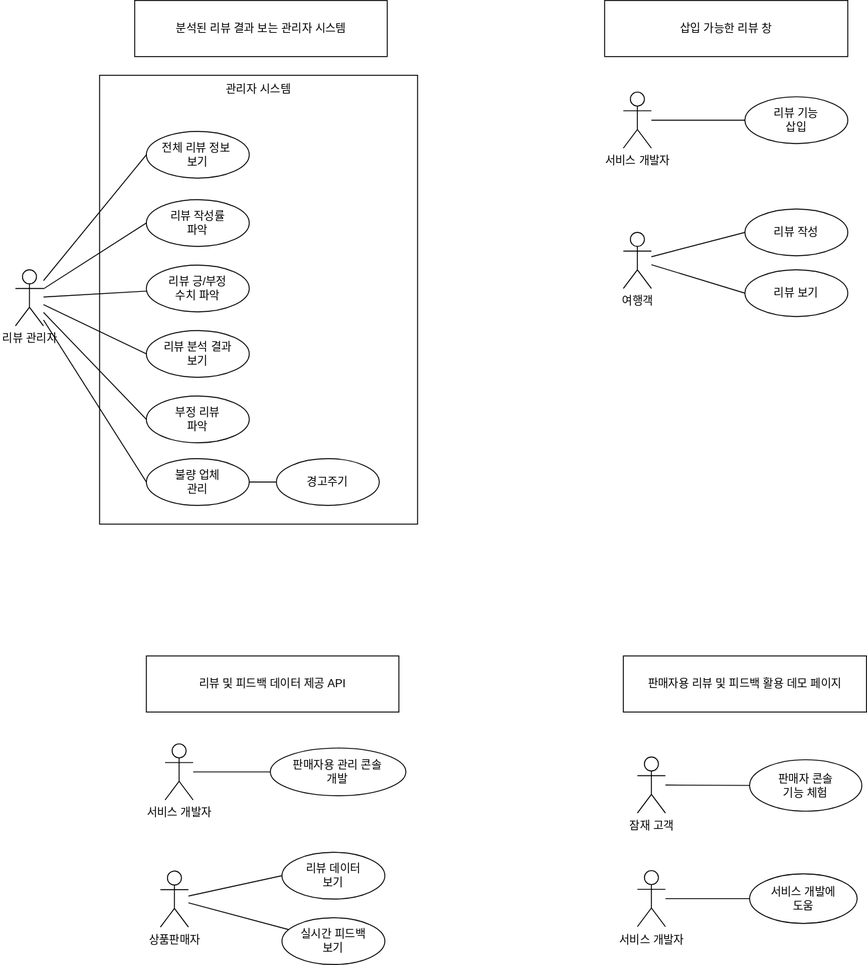
Before: usecase/reviewMate.drawio.svg, a diagram exported from draw.io (hyeonjin25/draw-io). Source tidied: cells renumbered, new cells last; positions are measured from the earlier drawing's top-left corner, leaving out a move shared by most shapes.
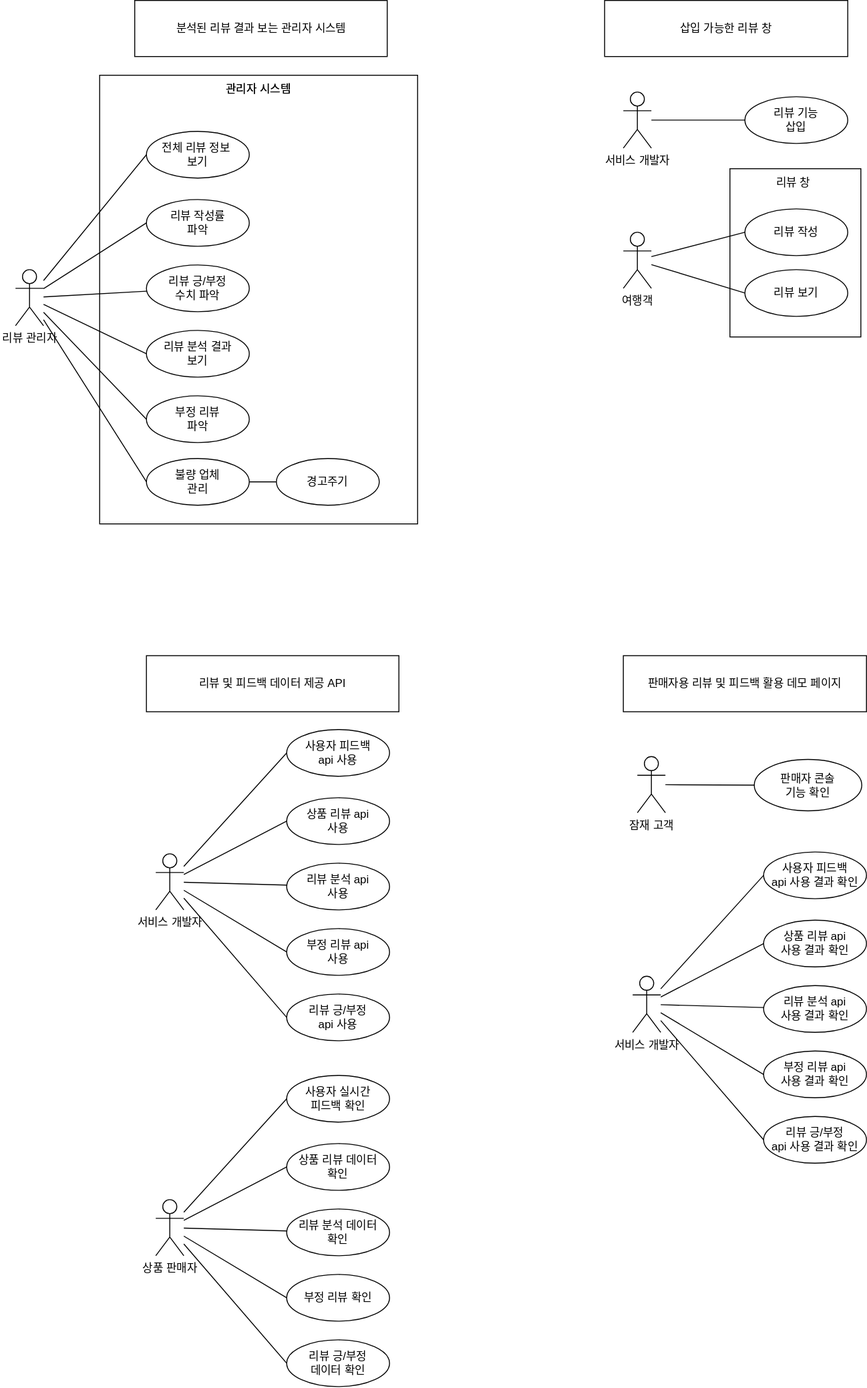
After the change.

Commit message:
판매자 api 및 데모 페이지 업데이트

The edit, as a diff of the source:
```diff
@@ -2,6 +2,9 @@
   <root>
     <mxCell id="0" />
     <mxCell id="1" parent="0" />
+    <mxCell id="45" style="rounded=0;whiteSpace=wrap;html=1;" parent="1" vertex="1">
+      <mxGeometry x="764" y="180" width="140" height="180" as="geometry" />
+    </mxCell>
     <mxCell id="2" style="rounded=0;whiteSpace=wrap;html=1;" parent="1" vertex="1">
       <mxGeometry x="90" y="80" width="340" height="480" as="geometry" />
     </mxCell>
@@ -35,21 +38,6 @@
     <mxCell id="12" value="분석된 리뷰 결과 보는 관리자 시스템" style="rounded=0;whiteSpace=wrap;html=1;" parent="1" vertex="1">
       <mxGeometry x="127.5" width="270" height="60" as="geometry" />
     </mxCell>
-    <mxCell id="13" value="상품판매자" style="shape=umlActor;verticalLabelPosition=bottom;verticalAlign=top;html=1;outlineConnect=0;" parent="1" vertex="1">
-      <mxGeometry x="155" y="931" width="30" height="60" as="geometry" />
-    </mxCell>
-    <mxCell id="14" value="리뷰 데이터&lt;br&gt;보기" style="ellipse;whiteSpace=wrap;html=1;" parent="1" vertex="1">
-      <mxGeometry x="285" y="911" width="110" height="50" as="geometry" />
-    </mxCell>
-    <mxCell id="15" value="실시간 피드백&lt;br&gt;보기" style="ellipse;whiteSpace=wrap;html=1;" parent="1" vertex="1">
-      <mxGeometry x="285" y="981" width="110" height="50" as="geometry" />
-    </mxCell>
-    <mxCell id="16" style="endArrow=none;html=1;rounded=0;entryX=0;entryY=0.5;entryDx=0;entryDy=0;" parent="1" edge="1" source="13" target="14">
-      <mxGeometry relative="1" as="geometry" />
-    </mxCell>
-    <mxCell id="17" style="endArrow=none;html=1;rounded=0;" parent="1" edge="1" source="13" target="15">
-      <mxGeometry relative="1" as="geometry" />
-    </mxCell>
     <mxCell id="18" value="리뷰 및 피드백 데이터 제공 API" style="rounded=0;whiteSpace=wrap;html=1;" parent="1" vertex="1">
       <mxGeometry x="140" y="701" width="270" height="60" as="geometry" />
     </mxCell>
@@ -83,8 +71,8 @@
     <mxCell id="28" value="잠재 고객" style="shape=umlActor;verticalLabelPosition=bottom;verticalAlign=top;html=1;outlineConnect=0;" parent="1" vertex="1">
       <mxGeometry x="665" y="809" width="30" height="60" as="geometry" />
     </mxCell>
-    <mxCell id="29" value="판매자 콘솔&lt;br&gt;기능 체험" style="ellipse;whiteSpace=wrap;html=1;" parent="1" vertex="1">
-      <mxGeometry x="785" y="812" width="120" height="55" as="geometry" />
+    <mxCell id="29" value="판매자 콘솔&lt;br&gt;기능 확인" style="ellipse;whiteSpace=wrap;html=1;" parent="1" vertex="1">
+      <mxGeometry x="790" y="812" width="115" height="55" as="geometry" />
     </mxCell>
     <mxCell id="30" style="endArrow=none;html=1;rounded=0;entryX=0;entryY=0.5;entryDx=0;entryDy=0;" parent="1" edge="1" source="28" target="29">
       <mxGeometry relative="1" as="geometry" />
@@ -92,24 +80,6 @@
     <mxCell id="31" value="판매자용 리뷰 및 피드백 활용 데모 페이지" style="rounded=0;whiteSpace=wrap;html=1;" parent="1" vertex="1">
       <mxGeometry x="650" y="701" width="260" height="60" as="geometry" />
     </mxCell>
-    <mxCell id="32" value="서비스 개발자" style="shape=umlActor;verticalLabelPosition=bottom;verticalAlign=top;html=1;outlineConnect=0;" parent="1" vertex="1">
-      <mxGeometry x="665" y="930.5" width="30" height="60" as="geometry" />
-    </mxCell>
-    <mxCell id="33" value="서비스 개발에&lt;br&gt;도움" style="ellipse;whiteSpace=wrap;html=1;" parent="1" vertex="1">
-      <mxGeometry x="785" y="934" width="115" height="53" as="geometry" />
-    </mxCell>
-    <mxCell id="34" style="endArrow=none;html=1;rounded=0;entryX=0;entryY=0.5;entryDx=0;entryDy=0;" parent="1" edge="1" source="32" target="33">
-      <mxGeometry relative="1" as="geometry" />
-    </mxCell>
-    <mxCell id="35" value="서비스 개발자" style="shape=umlActor;verticalLabelPosition=bottom;verticalAlign=top;html=1;outlineConnect=0;" parent="1" vertex="1">
-      <mxGeometry x="160" y="795" width="30" height="60" as="geometry" />
-    </mxCell>
-    <mxCell id="36" value="판매자용 관리 콘솔&lt;br&gt;개발" style="ellipse;whiteSpace=wrap;html=1;" parent="1" vertex="1">
-      <mxGeometry x="272.5" y="799.5" width="145" height="51" as="geometry" />
-    </mxCell>
-    <mxCell id="37" style="endArrow=none;html=1;rounded=0;entryX=0;entryY=0.5;entryDx=0;entryDy=0;" parent="1" edge="1" source="35" target="36">
-      <mxGeometry relative="1" as="geometry" />
-    </mxCell>
     <mxCell id="38" value="관리자 시스템" style="text;html=1;strokeColor=none;fillColor=none;align=center;verticalAlign=middle;whiteSpace=wrap;rounded=0;" parent="1" vertex="1">
       <mxGeometry x="205" y="80" width="110" height="30" as="geometry" />
     </mxCell>
@@ -131,5 +101,110 @@
     <mxCell id="44" style="endArrow=none;html=1;rounded=0;" parent="1" edge="1" source="39" target="43">
       <mxGeometry relative="1" as="geometry" />
     </mxCell>
+    <mxCell id="46" value="서비스 개발자" style="shape=umlActor;verticalLabelPosition=bottom;verticalAlign=top;html=1;outlineConnect=0;" parent="1" vertex="1">
+      <mxGeometry x="660" y="1044" width="30" height="60" as="geometry" />
+    </mxCell>
+    <mxCell id="47" value="상품 리뷰 api&lt;br&gt;사용 결과 확인" style="ellipse;whiteSpace=wrap;html=1;" parent="1" vertex="1">
+      <mxGeometry x="800" y="984" width="110" height="50" as="geometry" />
+    </mxCell>
+    <mxCell id="48" value="리뷰 분석 api&lt;br&gt;사용 결과 확인" style="ellipse;whiteSpace=wrap;html=1;" parent="1" vertex="1">
+      <mxGeometry x="800" y="1054" width="110" height="50" as="geometry" />
+    </mxCell>
+    <mxCell id="49" value="부정 리뷰 api&lt;br&gt;사용 결과 확인" style="ellipse;whiteSpace=wrap;html=1;" parent="1" vertex="1">
+      <mxGeometry x="800" y="1124" width="110" height="50" as="geometry" />
+    </mxCell>
+    <mxCell id="50" value="리뷰 긍/부정&lt;br&gt;api 사용 결과 확인" style="ellipse;whiteSpace=wrap;html=1;" parent="1" vertex="1">
+      <mxGeometry x="800" y="1194" width="110" height="50" as="geometry" />
+    </mxCell>
+    <mxCell id="51" style="endArrow=none;html=1;rounded=0;entryX=0;entryY=0.5;entryDx=0;entryDy=0;" parent="1" edge="1" source="46" target="47">
+      <mxGeometry relative="1" as="geometry" />
+    </mxCell>
+    <mxCell id="52" style="endArrow=none;html=1;rounded=0;" parent="1" edge="1" source="46" target="48">
+      <mxGeometry relative="1" as="geometry" />
+    </mxCell>
+    <mxCell id="53" style="endArrow=none;html=1;rounded=0;entryX=0;entryY=0.5;entryDx=0;entryDy=0;" parent="1" edge="1" source="46" target="49">
+      <mxGeometry relative="1" as="geometry" />
+    </mxCell>
+    <mxCell id="54" style="endArrow=none;html=1;rounded=0;entryX=0;entryY=0.5;entryDx=0;entryDy=0;" parent="1" edge="1" source="46" target="50">
+      <mxGeometry relative="1" as="geometry" />
+    </mxCell>
+    <mxCell id="55" value="사용자 피드백&lt;br&gt;api 사용 결과 확인" style="ellipse;whiteSpace=wrap;html=1;" parent="1" vertex="1">
+      <mxGeometry x="800" y="911" width="110" height="50" as="geometry" />
+    </mxCell>
+    <mxCell id="56" style="endArrow=none;html=1;rounded=0;entryX=0;entryY=0.5;entryDx=0;entryDy=0;" parent="1" edge="1" source="46" target="55">
+      <mxGeometry relative="1" as="geometry" />
+    </mxCell>
+    <mxCell id="57" value="상품 판매자" style="shape=umlActor;verticalLabelPosition=bottom;verticalAlign=top;html=1;outlineConnect=0;" parent="1" vertex="1">
+      <mxGeometry x="150" y="1283" width="30" height="60" as="geometry" />
+    </mxCell>
+    <mxCell id="58" value="상품 리뷰 데이터&lt;br&gt;확인" style="ellipse;whiteSpace=wrap;html=1;" parent="1" vertex="1">
+      <mxGeometry x="290" y="1223" width="110" height="50" as="geometry" />
+    </mxCell>
+    <mxCell id="59" value="리뷰 분석 데이터&lt;br&gt;확인" style="ellipse;whiteSpace=wrap;html=1;" parent="1" vertex="1">
+      <mxGeometry x="290" y="1293" width="110" height="50" as="geometry" />
+    </mxCell>
+    <mxCell id="60" value="부정 리뷰 확인" style="ellipse;whiteSpace=wrap;html=1;" parent="1" vertex="1">
+      <mxGeometry x="290" y="1363" width="110" height="50" as="geometry" />
+    </mxCell>
+    <mxCell id="61" value="리뷰 긍/부정&lt;br&gt;데이터 확인" style="ellipse;whiteSpace=wrap;html=1;" parent="1" vertex="1">
+      <mxGeometry x="290" y="1433" width="110" height="50" as="geometry" />
+    </mxCell>
+    <mxCell id="62" style="endArrow=none;html=1;rounded=0;entryX=0;entryY=0.5;entryDx=0;entryDy=0;" parent="1" edge="1" source="57" target="58">
+      <mxGeometry relative="1" as="geometry" />
+    </mxCell>
+    <mxCell id="63" style="endArrow=none;html=1;rounded=0;" parent="1" edge="1" source="57" target="59">
+      <mxGeometry relative="1" as="geometry" />
+    </mxCell>
+    <mxCell id="64" style="endArrow=none;html=1;rounded=0;entryX=0;entryY=0.5;entryDx=0;entryDy=0;" parent="1" edge="1" source="57" target="60">
+      <mxGeometry relative="1" as="geometry" />
+    </mxCell>
+    <mxCell id="65" style="endArrow=none;html=1;rounded=0;entryX=0;entryY=0.5;entryDx=0;entryDy=0;" parent="1" edge="1" source="57" target="61">
+      <mxGeometry relative="1" as="geometry" />
+    </mxCell>
+    <mxCell id="66" value="사용자 실시간&lt;br&gt;피드백 확인" style="ellipse;whiteSpace=wrap;html=1;" parent="1" vertex="1">
+      <mxGeometry x="290" y="1150" width="110" height="50" as="geometry" />
+    </mxCell>
+    <mxCell id="67" style="endArrow=none;html=1;rounded=0;entryX=0;entryY=0.5;entryDx=0;entryDy=0;" parent="1" edge="1" source="57" target="66">
+      <mxGeometry relative="1" as="geometry" />
+    </mxCell>
+    <mxCell id="68" value="서비스 개발자" style="shape=umlActor;verticalLabelPosition=bottom;verticalAlign=top;html=1;outlineConnect=0;" parent="1" vertex="1">
+      <mxGeometry x="150" y="913" width="30" height="60" as="geometry" />
+    </mxCell>
+    <mxCell id="69" value="상품 리뷰 api&lt;br&gt;사용" style="ellipse;whiteSpace=wrap;html=1;" parent="1" vertex="1">
+      <mxGeometry x="290" y="853" width="110" height="50" as="geometry" />
+    </mxCell>
+    <mxCell id="70" value="리뷰 분석 api&lt;br&gt;사용" style="ellipse;whiteSpace=wrap;html=1;" parent="1" vertex="1">
+      <mxGeometry x="290" y="923" width="110" height="50" as="geometry" />
+    </mxCell>
+    <mxCell id="71" value="부정 리뷰 api&lt;br&gt;사용" style="ellipse;whiteSpace=wrap;html=1;" parent="1" vertex="1">
+      <mxGeometry x="290" y="993" width="110" height="50" as="geometry" />
+    </mxCell>
+    <mxCell id="72" value="리뷰 긍/부정&lt;br&gt;api 사용" style="ellipse;whiteSpace=wrap;html=1;" parent="1" vertex="1">
+      <mxGeometry x="290" y="1063" width="110" height="50" as="geometry" />
+    </mxCell>
+    <mxCell id="73" style="endArrow=none;html=1;rounded=0;entryX=0;entryY=0.5;entryDx=0;entryDy=0;" parent="1" edge="1" source="68" target="69">
+      <mxGeometry relative="1" as="geometry" />
+    </mxCell>
+    <mxCell id="74" style="endArrow=none;html=1;rounded=0;" parent="1" edge="1" source="68" target="70">
+      <mxGeometry relative="1" as="geometry" />
+    </mxCell>
+    <mxCell id="75" style="endArrow=none;html=1;rounded=0;entryX=0;entryY=0.5;entryDx=0;entryDy=0;" parent="1" edge="1" source="68" target="71">
+      <mxGeometry relative="1" as="geometry" />
+    </mxCell>
+    <mxCell id="76" style="endArrow=none;html=1;rounded=0;entryX=0;entryY=0.5;entryDx=0;entryDy=0;" parent="1" edge="1" source="68" target="72">
+      <mxGeometry relative="1" as="geometry" />
+    </mxCell>
+    <mxCell id="77" value="사용자 피드백&lt;br&gt;api 사용" style="ellipse;whiteSpace=wrap;html=1;" parent="1" vertex="1">
+      <mxGeometry x="290" y="780" width="110" height="50" as="geometry" />
+    </mxCell>
+    <mxCell id="78" style="endArrow=none;html=1;rounded=0;entryX=0;entryY=0.5;entryDx=0;entryDy=0;" parent="1" edge="1" source="68" target="77">
+      <mxGeometry relative="1" as="geometry" />
+    </mxCell>
+    <mxCell id="79" value="관리자 시스템" style="text;html=1;strokeColor=none;fillColor=none;align=center;verticalAlign=middle;whiteSpace=wrap;rounded=0;" parent="1" vertex="1">
+      <mxGeometry x="205" y="80" width="110" height="30" as="geometry" />
+    </mxCell>
+    <mxCell id="80" value="리뷰 창" style="text;html=1;strokeColor=none;fillColor=none;align=center;verticalAlign=middle;whiteSpace=wrap;rounded=0;" parent="1" vertex="1">
+      <mxGeometry x="777" y="180" width="110" height="30" as="geometry" />
+    </mxCell>
   </root>
 </mxGraphModel>
```
